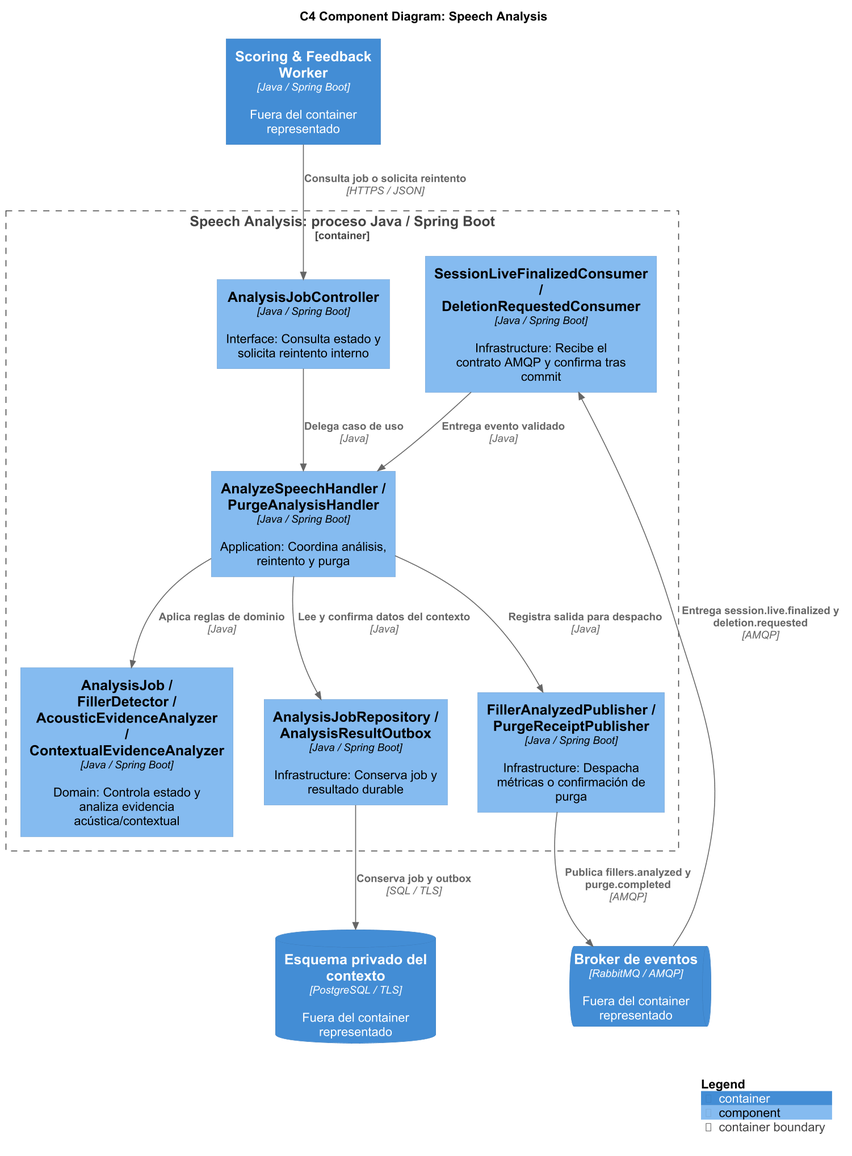
Above: assets/diagrams/tactical/02-speech-analysis-components.png in upc-pre-202620-si728-16365-thropic/talki-project-report (PlantUML), before the change.
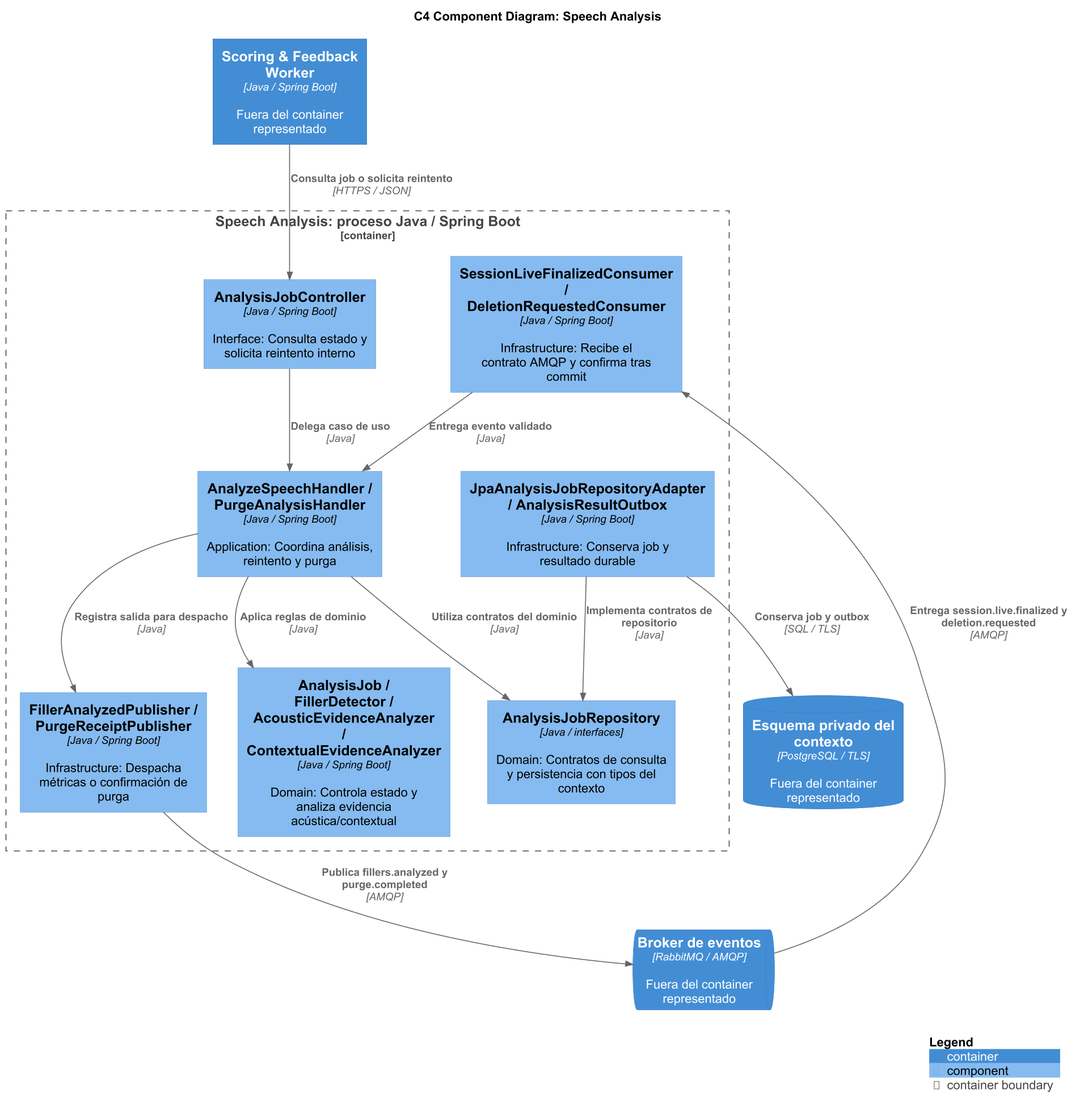
The same diagram one commit later.

Diff of the diagram source:
```diff
@@ -12,13 +12,15 @@
   Component(app, "AnalyzeSpeechHandler / PurgeAnalysisHandler", "Java / Spring Boot", "Application: Coordina análisis, reintento y purga")
   Component(rules, "AnalysisJob / FillerDetector / AcousticEvidenceAnalyzer / ContextualEvidenceAnalyzer", "Java / Spring Boot", "Domain: Controla estado y analiza evidencia acústica/contextual")
   Component(api, "AnalysisJobController", "Java / Spring Boot", "Interface: Consulta estado y solicita reintento interno")
-  Component(repo, "AnalysisJobRepository / AnalysisResultOutbox", "Java / Spring Boot", "Infrastructure: Conserva job y resultado durable")
+  Component(ports, "AnalysisJobRepository", "Java / interfaces", "Domain: Contratos de consulta y persistencia con tipos del contexto")
+  Component(repo, "JpaAnalysisJobRepositoryAdapter / AnalysisResultOutbox", "Java / Spring Boot", "Infrastructure: Conserva job y resultado durable")
   Component(publisher, "FillerAnalyzedPublisher / PurgeReceiptPublisher", "Java / Spring Boot", "Infrastructure: Despacha métricas o confirmación de purga")
 }
 Rel(api, app, "Delega caso de uso", "Java")
 Rel(consumer, app, "Entrega evento validado", "Java")
 Rel(app, rules, "Aplica reglas de dominio", "Java")
-Rel(app, repo, "Lee y confirma datos del contexto", "Java")
+Rel(app, ports, "Utiliza contratos del dominio", "Java")
+Rel(repo, ports, "Implementa contratos de repositorio", "Java")
 Rel(app, publisher, "Registra salida para despacho", "Java")
 Rel(bus, consumer, "Entrega session.live.finalized y deletion.requested", "AMQP")
 Rel(scoring, api, "Consulta job o solicita reintento", "HTTPS / JSON")
```
